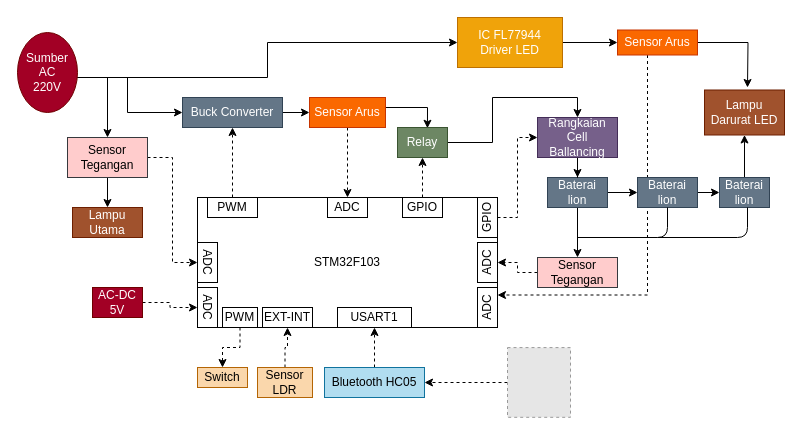
Before: fixblok.drawio in Alfinaatika9/CRUD, a draw.io diagram. Source tidied: cells renumbered, new cells numbered last; positions are measured from the earlier drawing's top-left corner, leaving out a move shared by most shapes. Both pictures are drawn from the tidied source at 100%, with x=0, y=0 at pixel (17, 17). Pictures stored in the file or linked from it are replaced by grey dashed boxes.
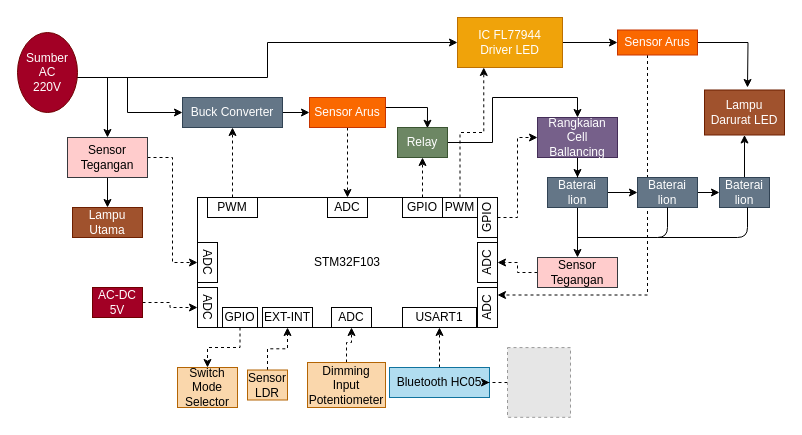
The same diagram, later.

The change refers to these unchanged cells:
```xml
<mxCell id="35" value="IC FL77944&lt;br&gt;Driver LED" style="rounded=0;whiteSpace=wrap;html=1;fillColor=#f0a30a;strokeColor=#BD7000;fontColor=#ffffff;" parent="1" vertex="1">
  <mxGeometry x="440" width="105" height="50" as="geometry" />
</mxCell>
```

Diff of the diagram source:
```diff
@@
     <mxCell id="41" value="Sensor LDR" style="rounded=0;whiteSpace=wrap;html=1;fillColor=#fad7ac;strokeColor=#b46504;" parent="1" vertex="1">
-      <mxGeometry x="240" y="350" width="55" height="30" as="geometry" />
+      <mxGeometry x="230" y="352.5" width="40" height="30" as="geometry" />
     </mxCell>
@@
     <mxCell id="44" value="Bluetooth HC05" style="rounded=0;whiteSpace=wrap;html=1;fillColor=#b1ddf0;strokeColor=#10739e;" parent="1" vertex="1">
-      <mxGeometry x="307" y="350" width="100" height="30" as="geometry" />
+      <mxGeometry x="372" y="350" width="100" height="30" as="geometry" />
     </mxCell>
     <mxCell id="45" value="USART1" style="rounded=0;whiteSpace=wrap;html=1;" parent="1" vertex="1">
-      <mxGeometry x="320" y="290" width="74" height="20" as="geometry" />
+      <mxGeometry x="385" y="290" width="74" height="20" as="geometry" />
     </mxCell>
@@
-    <mxCell id="57" value="PWM" style="rounded=0;whiteSpace=wrap;html=1;" parent="1" vertex="1">
+    <mxCell id="57" value="GPIO" style="rounded=0;whiteSpace=wrap;html=1;" parent="1" vertex="1">
       <mxGeometry x="205" y="290" width="35" height="20" as="geometry" />
     </mxCell>
-    <mxCell id="58" value="Switch" style="rounded=0;whiteSpace=wrap;html=1;fillColor=#fad7ac;strokeColor=#b46504;" parent="1" vertex="1">
-      <mxGeometry x="180" y="350" width="50" height="20" as="geometry" />
+    <mxCell id="58" value="Switch Mode Selector" style="rounded=0;whiteSpace=wrap;html=1;fillColor=#fad7ac;strokeColor=#b46504;" parent="1" vertex="1">
+      <mxGeometry x="160" y="350" width="60" height="40" as="geometry" />
     </mxCell>
@@
+    <mxCell id="61" style="edgeStyle=orthogonalEdgeStyle;rounded=0;jettySize=auto;html=1;entryX=0.25;entryY=1;entryDx=0;entryDy=0;dashed=1;" parent="1" edge="1" source="62" target="35">
+      <mxGeometry relative="1" as="geometry" />
+    </mxCell>
+    <mxCell id="62" value="PWM" style="rounded=0;whiteSpace=wrap;html=1;" parent="1" vertex="1">
+      <mxGeometry x="425" y="180" width="35" height="20" as="geometry" />
+    </mxCell>
+    <mxCell id="63" value="ADC" style="rounded=0;whiteSpace=wrap;html=1;rotation=0;" parent="1" vertex="1">
+      <mxGeometry x="314" y="290" width="40" height="20" as="geometry" />
+    </mxCell>
+    <mxCell id="64" style="edgeStyle=orthogonalEdgeStyle;rounded=0;jettySize=auto;html=1;dashed=1;" parent="1" edge="1" source="65" target="63">
+      <mxGeometry relative="1" as="geometry" />
+    </mxCell>
+    <mxCell id="65" value="Dimming Input Potentiometer" style="rounded=0;whiteSpace=wrap;html=1;fillColor=#fad7ac;strokeColor=#b46504;" parent="1" vertex="1">
+      <mxGeometry x="290" y="345" width="78" height="45" as="geometry" />
+    </mxCell>
```
